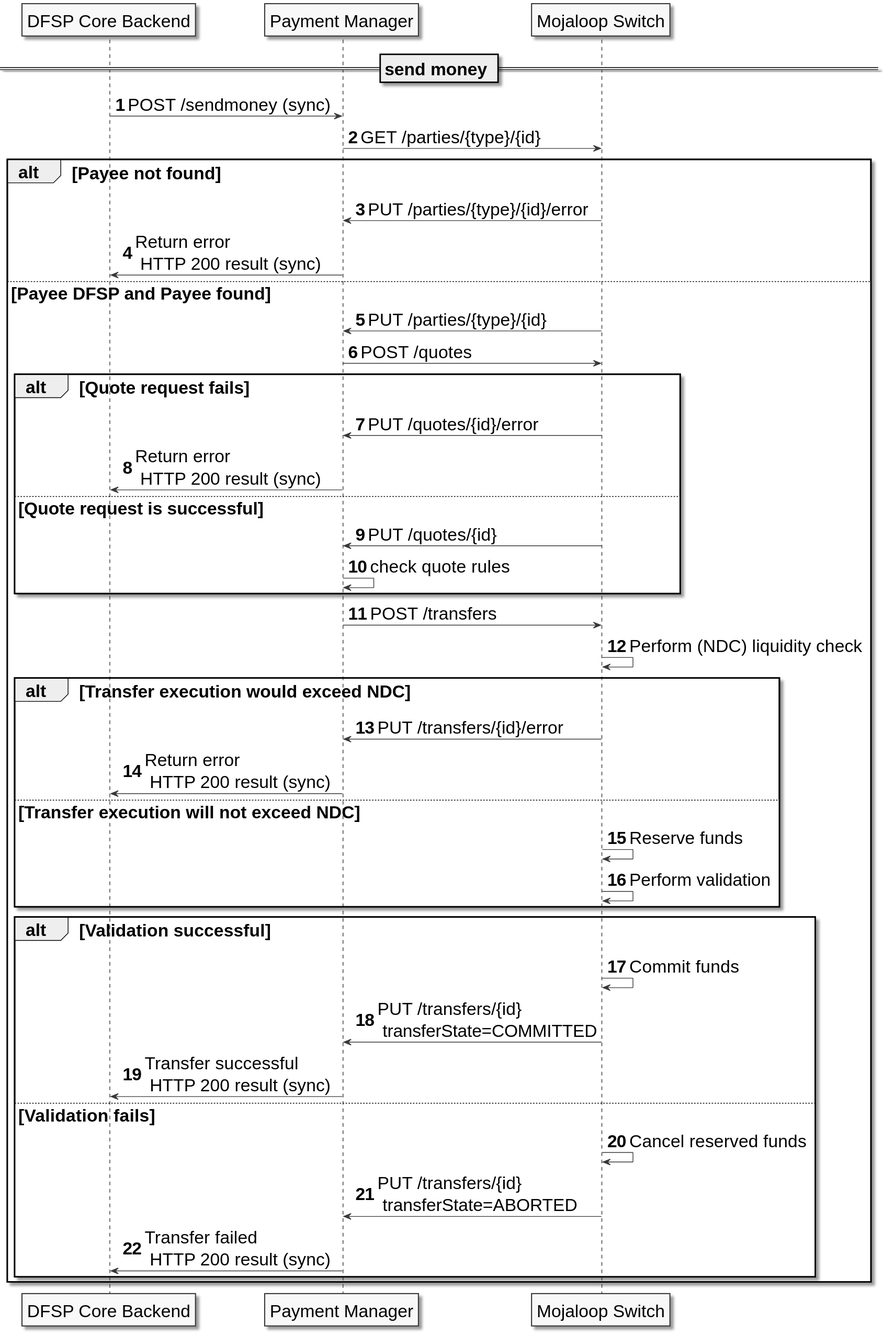
This is modules/api_integration/images/PM4ML_transfer_flow_payer.svg from pm4ml/documents, a PlantUML export, as it was before one commit.
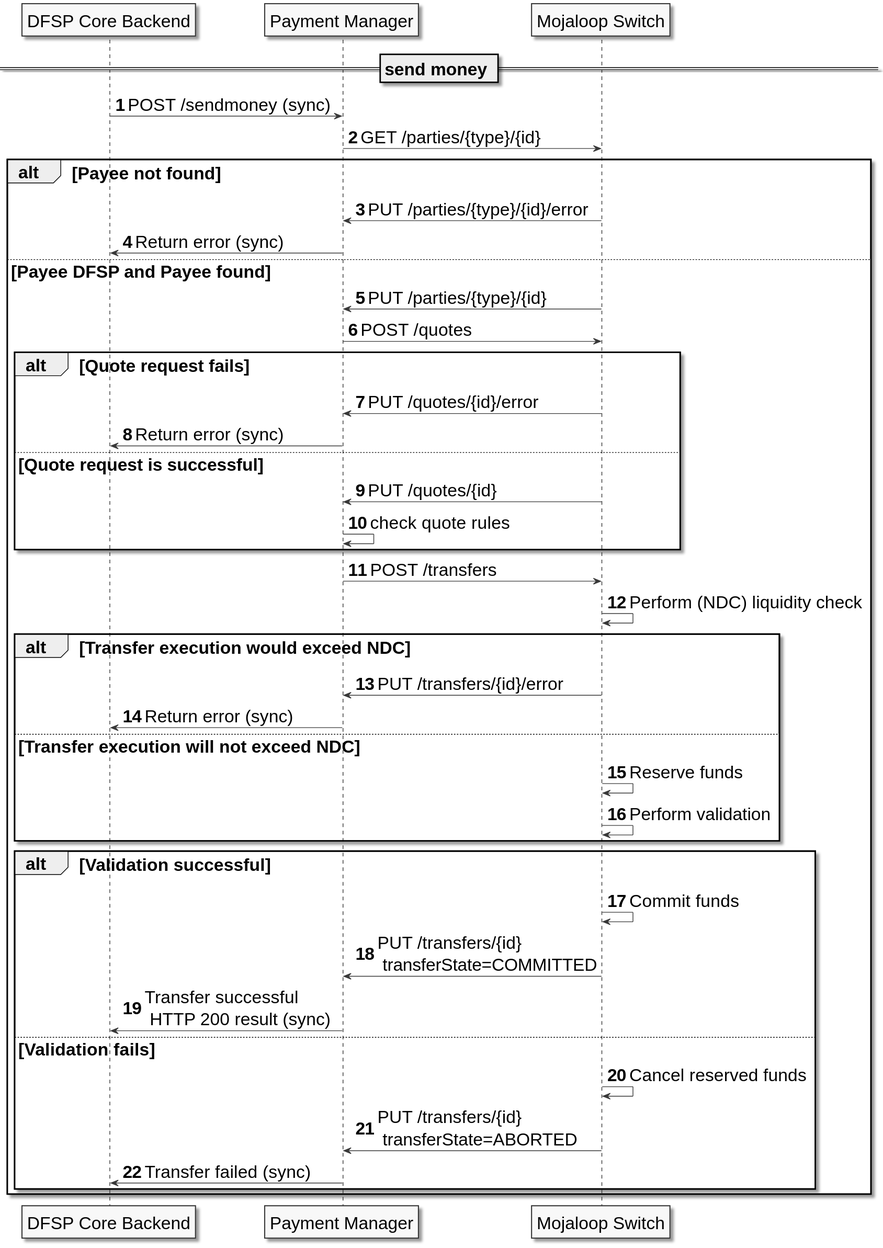
The same diagram one commit later.

Commit message:
improved error messages

Diff of the diagram source:
```diff
@@ -21,13 +21,13 @@
     sob -> sw: GET /parties/{type}/{id}
     alt Payee not found
     sw -> sob: PUT /parties/{type}/{id}/error
-    sob -> backend: Return error \n HTTP 200 result (sync)
+    sob -> backend: Return error (sync)
     else Payee DFSP and Payee found
     sw -> sob: PUT /parties/{type}/{id}
     sob -> sw: POST /quotes
     alt Quote request fails
     sw -> sob: PUT /quotes/{id}/error
-    sob -> backend: Return error \n HTTP 200 result (sync)
+    sob -> backend: Return error (sync)
     else Quote request is successful
     sw -> sob: PUT /quotes/{id}
     sob -> sob: check quote rules
@@ -36,7 +36,7 @@
     sw -> sw: Perform (NDC) liquidity check
     alt Transfer execution would exceed NDC
     sw -> sob: PUT /transfers/{id}/error
-    sob -> backend: Return error \n HTTP 200 result (sync)
+    sob -> backend: Return error (sync)
     else Transfer execution will not exceed NDC
     sw -> sw: Reserve funds
     sw -> sw: Perform validation
@@ -48,7 +48,7 @@
     else Validation fails
     sw -> sw: Cancel reserved funds
     sw -> sob: PUT /transfers/{id} \n transferState=ABORTED
-    sob -> backend: Transfer failed \n HTTP 200 result (sync)
+    sob -> backend: Transfer failed (sync)
     end
 
     end
```
